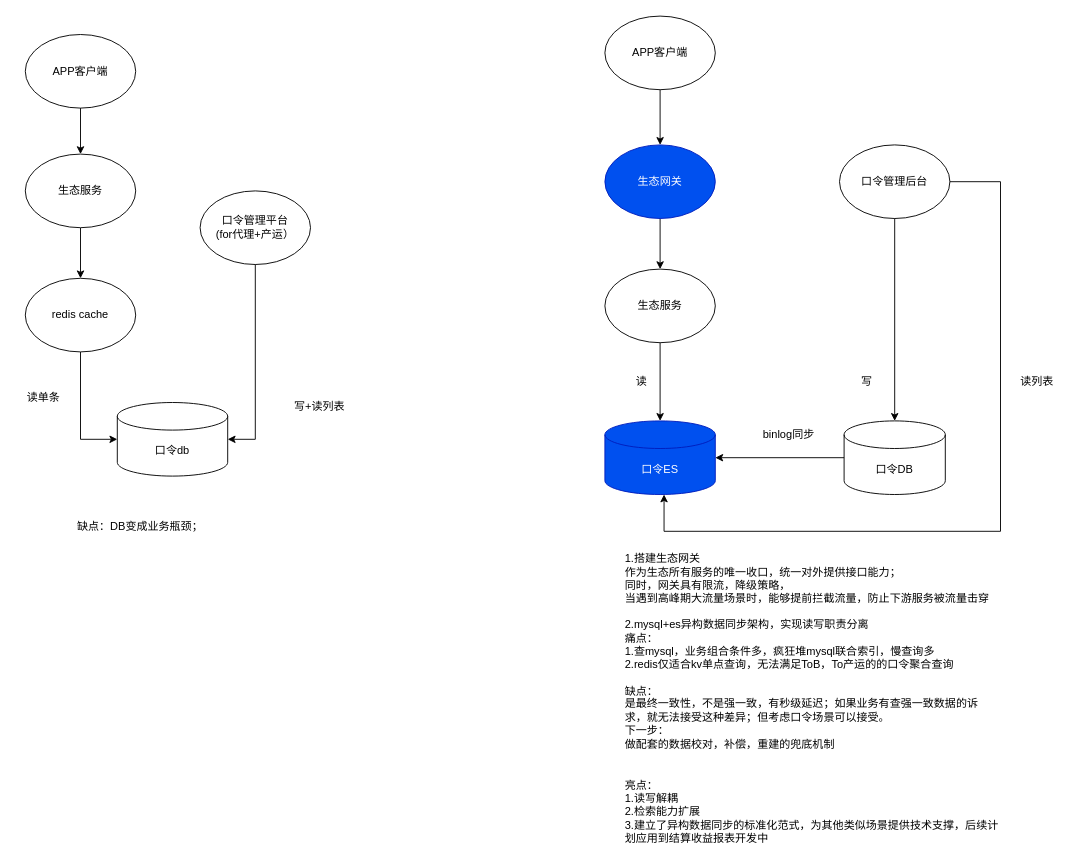
The draw.io diagram 生态ppt-口令部分.drawio in logxxx/godao, before the edit. Source tidied: cells renumbered, new cells numbered last; positions are measured from the earlier drawing's top-left corner, leaving out a move shared by most shapes. Both pictures are drawn from the tidied source at 92%, with x=0, y=0 at pixel (16, 16).
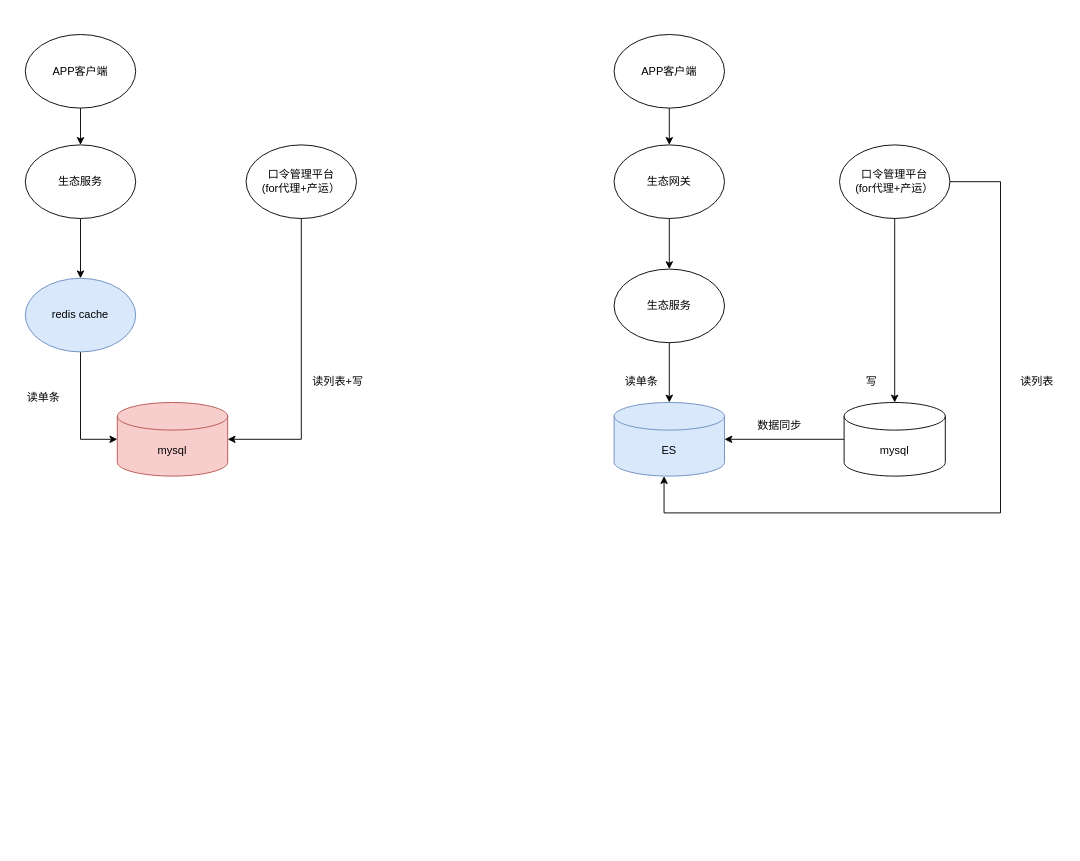
The same diagram, later.

Commit message:
更新生态ppt-口令部分.drawio

Diff of the diagram source:
```diff
@@
     <mxCell id="3" value="生态服务" style="ellipse;whiteSpace=wrap;html=1;shapeInside=1;" parent="1" vertex="1">
-      <mxGeometry x="10" y="150" width="120" height="80" as="geometry" />
+      <mxGeometry x="10" y="140" width="120" height="80" as="geometry" />
     </mxCell>
-    <mxCell id="4" value="口令db" style="shape=cylinder3;whiteSpace=wrap;html=1;boundedLbl=1;backgroundOutline=1;size=15;" parent="1" vertex="1">
+    <mxCell id="4" value="mysql" style="shape=cylinder3;whiteSpace=wrap;html=1;boundedLbl=1;backgroundOutline=1;size=15;fillColor=#f8cecc;strokeColor=#b85450;" parent="1" vertex="1">
       <mxGeometry x="110" y="420" width="120" height="80" as="geometry" />
     </mxCell>
@@
-    <mxCell id="6" value="redis cache" style="ellipse;whiteSpace=wrap;html=1;shapeInside=1;" parent="1" vertex="1">
+    <mxCell id="6" value="redis cache" style="ellipse;whiteSpace=wrap;html=1;shapeInside=1;fillColor=#dae8fc;strokeColor=#6c8ebf;" parent="1" vertex="1">
       <mxGeometry x="10" y="285" width="120" height="80" as="geometry" />
     </mxCell>
@@
-    <mxCell id="11" value="生态网关" style="ellipse;whiteSpace=wrap;html=1;shapeInside=1;fillColor=#0050ef;fontColor=#ffffff;strokeColor=#001DBC;" parent="1" vertex="1">
-      <mxGeometry x="640" y="140" width="120" height="80" as="geometry" />
+    <mxCell id="11" value="生态网关" style="ellipse;whiteSpace=wrap;html=1;shapeInside=1;" parent="1" vertex="1">
+      <mxGeometry x="650" y="140" width="120" height="80" as="geometry" />
     </mxCell>
-    <mxCell id="12" value="口令ES" style="shape=cylinder3;whiteSpace=wrap;html=1;boundedLbl=1;backgroundOutline=1;size=15;fillColor=#0050ef;fontColor=#ffffff;strokeColor=#001DBC;" parent="1" vertex="1">
-      <mxGeometry x="640" y="440" width="120" height="80" as="geometry" />
+    <mxCell id="12" value="ES" style="shape=cylinder3;whiteSpace=wrap;html=1;boundedLbl=1;backgroundOutline=1;size=15;fillColor=#dae8fc;strokeColor=#6c8ebf;" parent="1" vertex="1">
+      <mxGeometry x="650" y="420" width="120" height="80" as="geometry" />
     </mxCell>
@@
     <mxCell id="14" value="生态服务" style="ellipse;whiteSpace=wrap;html=1;shapeInside=1;" parent="1" vertex="1">
-      <mxGeometry x="640" y="275" width="120" height="80" as="geometry" />
+      <mxGeometry x="650" y="275" width="120" height="80" as="geometry" />
     </mxCell>
     <mxCell id="15" style="endArrow=classic;html=1;rounded=0;defaultLabelBackgroundColor=page;" parent="1" edge="1" target="17">
       <mxGeometry relative="1" as="geometry">
-        <mxPoint x="680" y="30" as="sourcePoint" />
+        <mxPoint x="690" y="30" as="sourcePoint" />
       </mxGeometry>
     </mxCell>
@@
     <mxCell id="17" value="APP客户端" style="ellipse;whiteSpace=wrap;html=1;shapeInside=1;" parent="1" vertex="1">
-      <mxGeometry x="640" width="120" height="80" as="geometry" />
+      <mxGeometry x="650" y="20" width="120" height="80" as="geometry" />
     </mxCell>
-    <mxCell id="18" value="口令DB" style="shape=cylinder3;whiteSpace=wrap;html=1;boundedLbl=1;backgroundOutline=1;size=15;" parent="1" vertex="1">
-      <mxGeometry x="900" y="440" width="110" height="80" as="geometry" />
+    <mxCell id="18" value="mysql" style="shape=cylinder3;whiteSpace=wrap;html=1;boundedLbl=1;backgroundOutline=1;size=15;" parent="1" vertex="1">
+      <mxGeometry x="900" y="420" width="110" height="80" as="geometry" />
     </mxCell>
     <mxCell id="19" value="口令管理平台&lt;br&gt;(for代理+产运）" style="ellipse;whiteSpace=wrap;html=1;shapeInside=1;" parent="1" vertex="1">
-      <mxGeometry x="200" y="190" width="120" height="80" as="geometry" />
+      <mxGeometry x="250" y="140" width="120" height="80" as="geometry" />
     </mxCell>
     <mxCell id="20" style="edgeStyle=orthogonalEdgeStyle;rounded=0;jettySize=auto;html=1;entryX=1;entryY=0.5;entryDx=0;entryDy=0;entryPerimeter=0;defaultLabelBackgroundColor=page;" parent="1" edge="1" source="19" target="4">
-      <mxGeometry relative="1" as="geometry" />
+      <mxGeometry x="-0.27" relative="1" as="geometry">
+        <Array as="points">
+          <mxPoint x="310" y="460" />
+        </Array>
+      </mxGeometry>
     </mxCell>
-    <mxCell id="21" value="缺点：DB变成业务瓶颈；" style="text;html=1;whiteSpace=wrap;strokeColor=none;fillColor=none;align=center;verticalAlign=middle;rounded=0;" parent="1" vertex="1">
-      <mxGeometry x="30" y="540" width="210" height="30" as="geometry" />
-    </mxCell>
@@
-    <mxCell id="23" value="binlog同步" style="text;html=1;whiteSpace=wrap;strokeColor=none;fillColor=none;align=center;verticalAlign=middle;rounded=0;" parent="1" vertex="1">
-      <mxGeometry x="810" y="440" width="60" height="30" as="geometry" />
+    <mxCell id="23" value="数据同步" style="text;html=1;whiteSpace=wrap;strokeColor=none;fillColor=none;align=center;verticalAlign=middle;rounded=0;" parent="1" vertex="1">
+      <mxGeometry x="800" y="430" width="60" height="30" as="geometry" />
     </mxCell>
@@
-    <mxCell id="25" value="写+读列表" style="text;html=1;whiteSpace=wrap;strokeColor=none;fillColor=none;align=center;verticalAlign=middle;rounded=0;" parent="1" vertex="1">
-      <mxGeometry x="300" y="410" width="60" height="30" as="geometry" />
+    <mxCell id="25" value="读列表+写" style="text;html=1;whiteSpace=wrap;strokeColor=none;fillColor=none;align=center;verticalAlign=middle;rounded=0;" parent="1" vertex="1">
+      <mxGeometry x="320" y="383" width="60" height="30" as="geometry" />
     </mxCell>
-    <mxCell id="26" value="口令管理后台" style="ellipse;whiteSpace=wrap;html=1;shapeInside=1;" parent="1" vertex="1">
+    <mxCell id="26" value="&lt;div&gt;口令管理平台&lt;/div&gt;&lt;div&gt;(for代理+产运）&lt;/div&gt;" style="ellipse;whiteSpace=wrap;html=1;shapeInside=1;" parent="1" vertex="1">
       <mxGeometry x="895" y="140" width="120" height="80" as="geometry" />
     </mxCell>
@@
     <mxCell id="28" value="写" style="text;html=1;whiteSpace=wrap;strokeColor=none;fillColor=none;align=center;verticalAlign=middle;rounded=0;" parent="1" vertex="1">
-      <mxGeometry x="895" y="383" width="60" height="30" as="geometry" />
+      <mxGeometry x="900" y="383" width="60" height="30" as="geometry" />
     </mxCell>
-    <mxCell id="29" value="1.搭建生态网关&lt;div&gt;作为生态所有服务的唯一收口，统一对外提供接口能力；&lt;/div&gt;&lt;div&gt;同时，网关具有限流，降级策略，&lt;/div&gt;&lt;div&gt;当遇到高峰期大流量场景时，能够提前拦截流量，防止下游服务被流量击穿&lt;/div&gt;&lt;div&gt;&lt;br&gt;&lt;/div&gt;&lt;div&gt;2.mysql+es异构数据同步架构，实现读写职责分离&lt;/div&gt;&lt;div&gt;痛点：&lt;/div&gt;&lt;div&gt;1.查mysql，业务组合条件多，疯狂堆mysql联合索引，慢查询多&lt;/div&gt;&lt;div&gt;2.redis仅适合kv单点查询，无法满足ToB，To产运的的口令聚合查询&lt;/div&gt;&lt;div&gt;&lt;br&gt;&lt;/div&gt;&lt;div&gt;缺点：&lt;/div&gt;&lt;div&gt;是最终一致性，不是强一致，有秒级延迟；如果业务有查强一致数据的诉求，就无法接受这种差异；但考虑口令场景可以接受。&lt;/div&gt;&lt;div&gt;下一步：&lt;/div&gt;&lt;div&gt;做配套的数据校对，补偿，重建的兜底机制&lt;/div&gt;&lt;div&gt;&lt;br&gt;&lt;/div&gt;&lt;div&gt;&lt;br&gt;&lt;/div&gt;" style="text;html=1;whiteSpace=wrap;strokeColor=none;fillColor=none;align=left;verticalAlign=middle;rounded=0;" parent="1" vertex="1">
-      <mxGeometry x="660" y="690" width="400" height="30" as="geometry" />
-    </mxCell>
-    <mxCell id="30" value="读" style="text;html=1;whiteSpace=wrap;strokeColor=none;fillColor=none;align=center;verticalAlign=middle;rounded=0;" parent="1" vertex="1">
+    <mxCell id="30" value="读单条" style="text;html=1;whiteSpace=wrap;strokeColor=none;fillColor=none;align=center;verticalAlign=middle;rounded=0;" parent="1" vertex="1">
       <mxGeometry x="650" y="383" width="60" height="30" as="geometry" />
     </mxCell>
-    <mxCell id="31" value="亮点：&lt;div&gt;1.读写解耦&lt;/div&gt;&lt;div&gt;2.检索能力扩展&lt;/div&gt;&lt;div&gt;3.建立了异构数据同步的标准化范式，为其他类似场景提供技术支撑，后续计划应用到结算收益报表开发中&lt;/div&gt;" style="text;html=1;whiteSpace=wrap;strokeColor=none;fillColor=none;align=left;verticalAlign=middle;rounded=0;" parent="1" vertex="1">
-      <mxGeometry x="660" y="850" width="410" height="30" as="geometry" />
-    </mxCell>
     <mxCell id="32" style="edgeStyle=orthogonalEdgeStyle;rounded=0;jettySize=auto;html=1;defaultLabelBackgroundColor=page;" parent="1" edge="1" source="26">
-      <mxGeometry x="-0.04" relative="1" as="geometry">
-        <mxPoint x="704.3" y="520" as="targetPoint" />
+      <mxGeometry x="-0.01" relative="1" as="geometry">
+        <mxPoint x="704.3" y="500" as="targetPoint" />
         <Array as="points">
           <mxPoint x="1070" y="180" />
-          <mxPoint x="1070" y="560" />
-          <mxPoint x="704.3" y="560" />
+          <mxPoint x="1070" y="540" />
+          <mxPoint x="704.3" y="540" />
         </Array>
       </mxGeometry>
     </mxCell>
```
